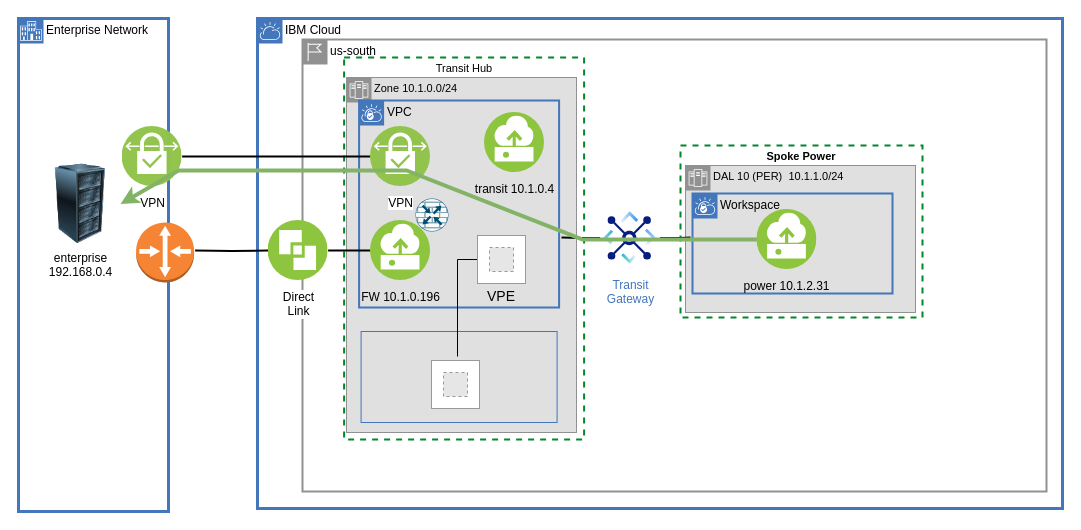
Earlier version of the draw.io diagram page "overview-power" (5 of 22) of images/vpc-transit.drawio (IBM-Cloud/vpc-transit). Source tidied: cells renumbered, new cells numbered last; positions are measured from the earlier drawing's top-left corner, leaving out a move shared by most shapes. Both pictures are drawn from the tidied source at 100%, with x=0, y=0 at pixel (18, 18). Pictures stored in the file or linked from it are replaced by grey dashed boxes.
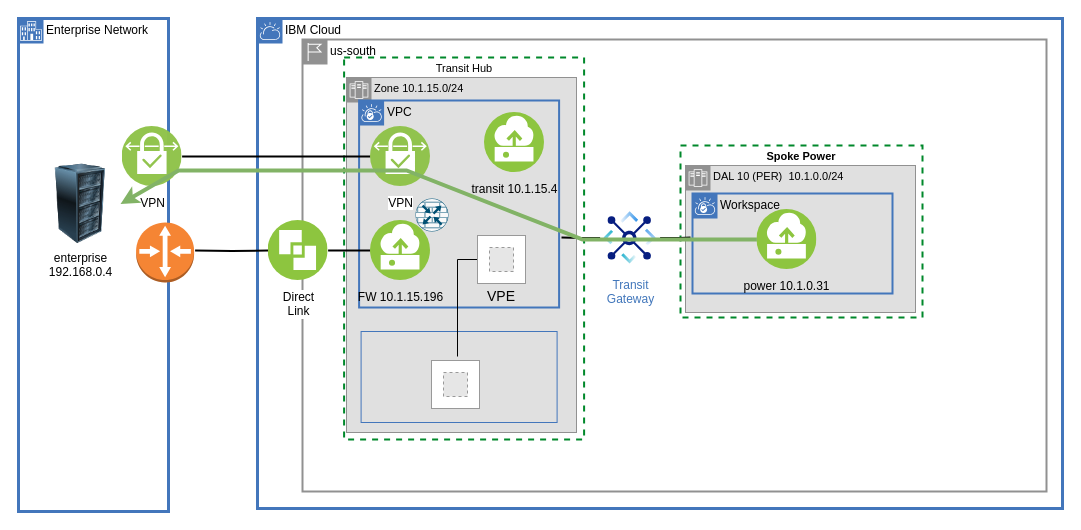
After the change.

Diff of the diagram source:
```diff
@@
-    <mxCell id="5" value="DAL 10 (PER)&amp;nbsp; 10.1.1.0/24" style="shape=mxgraph.ibm.box;prType=zone;fontStyle=0;verticalAlign=top;align=left;spacingLeft=32;spacingTop=4;fillColor=#E0E0E0;rounded=0;whiteSpace=wrap;html=1;strokeColor=#919191;strokeWidth=1;dashed=0;spacing=-4;fontFamily=Helvetica;fontSize=11;fontColor=default;" parent="1" vertex="1">
+    <mxCell id="5" value="DAL 10 (PER)&amp;nbsp; 10.1.0.0/24" style="shape=mxgraph.ibm.box;prType=zone;fontStyle=0;verticalAlign=top;align=left;spacingLeft=32;spacingTop=4;fillColor=#E0E0E0;rounded=0;whiteSpace=wrap;html=1;strokeColor=#919191;strokeWidth=1;dashed=0;spacing=-4;fontFamily=Helvetica;fontSize=11;fontColor=default;" parent="1" vertex="1">
       <mxGeometry x="667" y="147" width="230" height="147" as="geometry" />
     </mxCell>
@@
-    <mxCell id="7" value="Zone 10.1.0.0/24" style="shape=mxgraph.ibm.box;prType=zone;fontStyle=0;verticalAlign=top;align=left;spacingLeft=32;spacingTop=4;fillColor=#E0E0E0;rounded=0;whiteSpace=wrap;html=1;strokeColor=#919191;strokeWidth=1;dashed=0;spacing=-4;fontFamily=Helvetica;fontSize=11;fontColor=default;" parent="1" vertex="1">
+    <mxCell id="7" value="Zone 10.1.15.0/24" style="shape=mxgraph.ibm.box;prType=zone;fontStyle=0;verticalAlign=top;align=left;spacingLeft=32;spacingTop=4;fillColor=#E0E0E0;rounded=0;whiteSpace=wrap;html=1;strokeColor=#919191;strokeWidth=1;dashed=0;spacing=-4;fontFamily=Helvetica;fontSize=11;fontColor=default;" parent="1" vertex="1">
       <mxGeometry x="328" y="59" width="230" height="355" as="geometry" />
     </mxCell>
@@
-    <mxCell id="16" value="transit 10.1.0.4" style="perimeter=ellipsePerimeter;html=1;align=center;shadow=0;dashed=0;fontColor=black;fontSize=12;spacingTop=3;image;image=img/lib/ibm/vpc/Instance.svg;labelBackgroundColor=none;" parent="1" vertex="1">
+    <mxCell id="16" value="transit 10.1.15.4" style="perimeter=ellipsePerimeter;html=1;align=center;shadow=0;dashed=0;fontColor=black;fontSize=12;spacingTop=3;image;image=img/lib/ibm/vpc/Instance.svg;labelBackgroundColor=none;" parent="1" vertex="1">
       <mxGeometry x="466" y="94" width="60" height="60" as="geometry" />
     </mxCell>
-    <mxCell id="17" value="power&amp;nbsp;10.1.2.31" style="perimeter=ellipsePerimeter;html=1;align=center;shadow=0;dashed=0;fontColor=black;fontSize=12;spacingTop=3;image;image=img/lib/ibm/vpc/Instance.svg;overflow=visible;noLabel=0;labelBackgroundColor=none;" parent="1" vertex="1">
+    <mxCell id="17" value="power&amp;nbsp;10.1.0.31" style="perimeter=ellipsePerimeter;html=1;align=center;shadow=0;dashed=0;fontColor=black;fontSize=12;spacingTop=3;image;image=img/lib/ibm/vpc/Instance.svg;overflow=visible;noLabel=0;labelBackgroundColor=none;" parent="1" vertex="1">
       <mxGeometry x="738.4" y="191" width="60" height="60" as="geometry" />
     </mxCell>
@@
-    <mxCell id="33" value="FW 10.1.0.196" style="perimeter=ellipsePerimeter;html=1;align=center;shadow=0;dashed=0;fontColor=black;fontSize=12;spacingTop=3;image;image=img/lib/ibm/vpc/Instance.svg;overflow=visible;noLabel=0;labelBackgroundColor=none;" parent="28" vertex="1">
+    <mxCell id="33" value="FW 10.1.15.196" style="perimeter=ellipsePerimeter;html=1;align=center;shadow=0;dashed=0;fontColor=black;fontSize=12;spacingTop=3;image;image=img/lib/ibm/vpc/Instance.svg;overflow=visible;noLabel=0;labelBackgroundColor=none;" parent="28" vertex="1">
       <mxGeometry x="352" y="202" width="60" height="60" as="geometry" />
     </mxCell>
```
